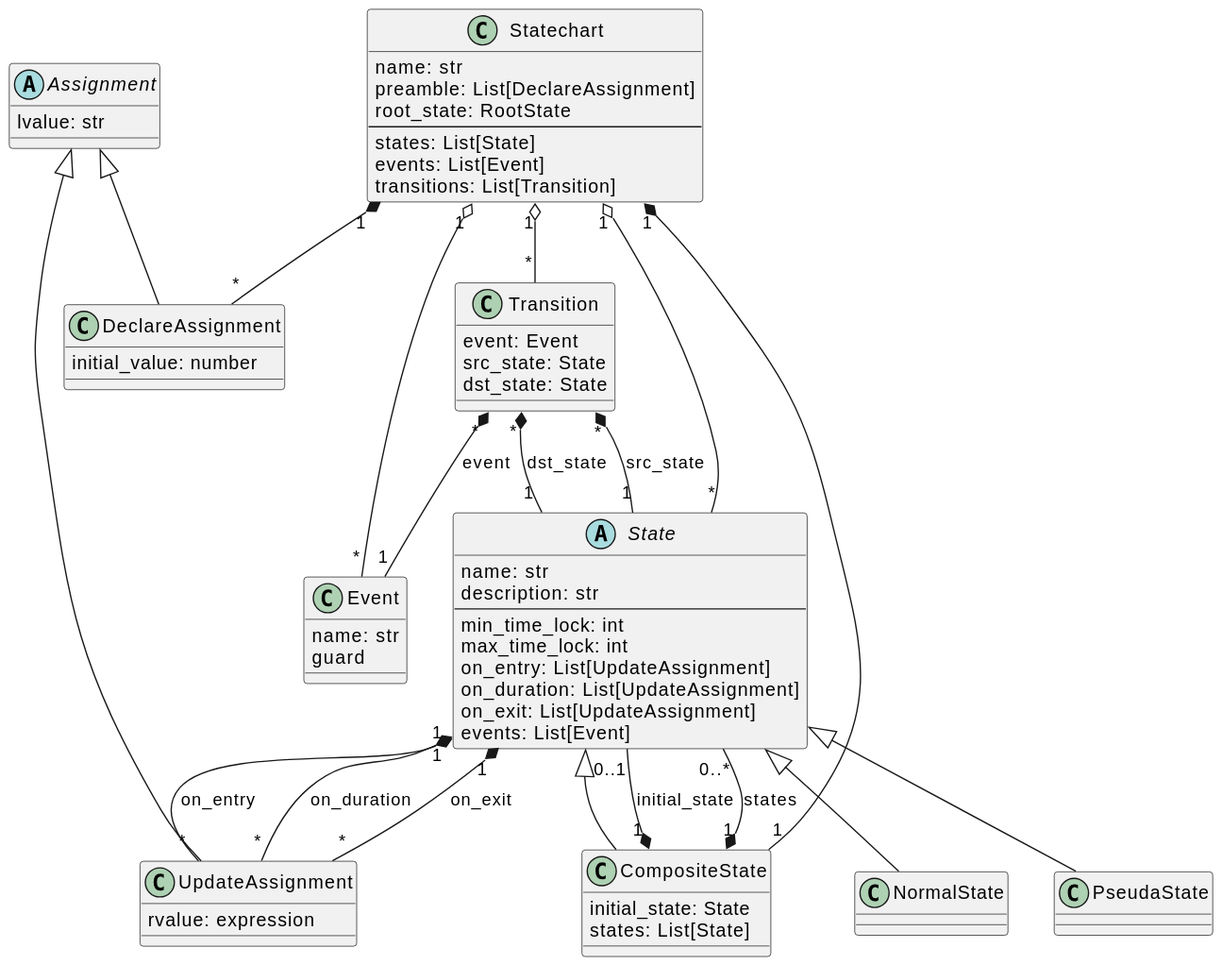
The PlantUML diagram HEAD/_images/meta.puml.svg in HansBug/pyfcstm, before a commit.
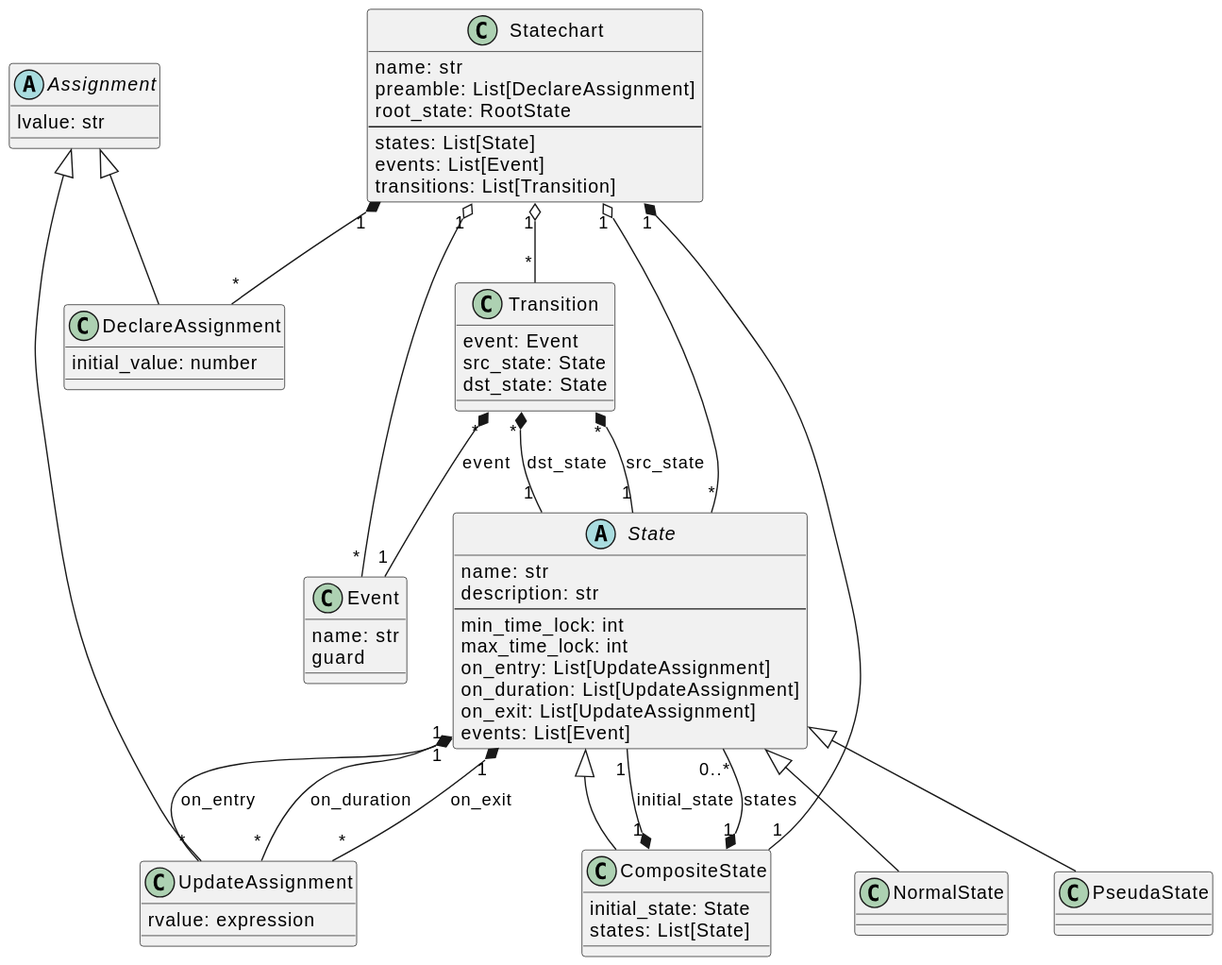
The same diagram one commit later.

Change to the diagram source:
```diff
@@ -22,7 +22,7 @@
     states: List[State]
 }
 
-CompositeState "1" *-- "0..1" State : initial_state
+CompositeState "1" *-- "1" State : initial_state
 CompositeState "1" *-- "0..*" State : states
 
 NormalState -up-|> State
```
